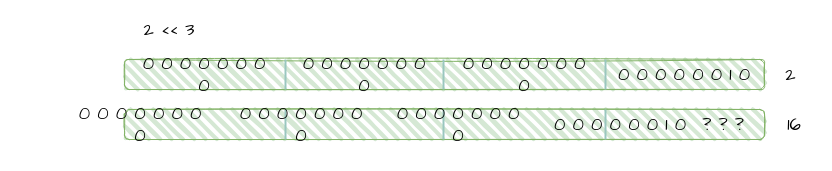
accidentlywoo/TIL keeps this draw.io diagram as JavaStudy-WhiteShip/bitoperator.drawio. Above is the earlier version. Source tidied: cells renumbered, new cells numbered last; positions are measured from the earlier drawing's top-left corner, leaving out a move shared by most shapes. Both pictures are drawn from the tidied source at 100%, with x=0, y=0 at pixel (70, 19).
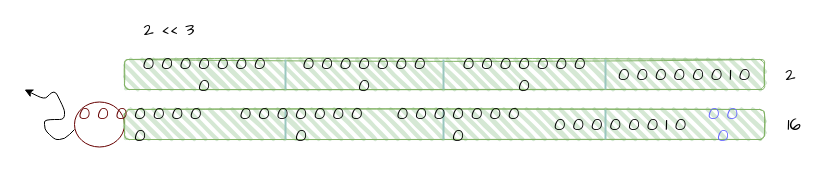
The same diagram, later.

The edit, as a diff of the source:
```diff
@@
+    <mxCell id="24" style="ellipse;whiteSpace=wrap;html=1;strokeWidth=1;strokeColor=#660000;" parent="1" vertex="1">
+      <mxGeometry x="4" y="82.5" width="50" height="45" as="geometry" />
+    </mxCell>
@@
     <mxCell id="13" style="group;" parent="1" vertex="1">
-      <mxGeometry x="54" y="90" width="640" height="30" as="geometry" />
+      <mxGeometry x="54" y="90" width="640" height="45" as="geometry" />
     </mxCell>
@@
-    <mxCell id="18" value="&lt;font style=&quot;font-size: 18px&quot; face=&quot;Comic Sans MS&quot;&gt;0 0 0 0 0 0 0 0&lt;/font&gt;" style="text;html=1;strokeColor=none;fillColor=none;align=center;verticalAlign=middle;whiteSpace=wrap;rounded=0;" parent="13" vertex="1">
+    <mxCell id="18" value="&lt;font style=&quot;font-size: 18px&quot; face=&quot;Comic Sans MS&quot;&gt;&lt;font color=&quot;#660000&quot;&gt;0 0 0&lt;/font&gt; 0 0 0 0 0&lt;/font&gt;" style="text;html=1;strokeColor=none;fillColor=none;align=center;verticalAlign=middle;whiteSpace=wrap;rounded=0;" parent="13" vertex="1">
       <mxGeometry x="-54" y="5" width="140" height="20" as="geometry" />
     </mxCell>
@@
-    <mxCell id="22" value="&lt;font style=&quot;font-size: 18px&quot; face=&quot;Comic Sans MS&quot;&gt;? ? ?&lt;/font&gt;" style="text;html=1;strokeColor=none;fillColor=none;align=center;verticalAlign=middle;whiteSpace=wrap;rounded=0;" parent="13" vertex="1">
+    <mxCell id="22" value="&lt;font style=&quot;font-size: 18px&quot; face=&quot;Comic Sans MS&quot; color=&quot;#6666ff&quot;&gt;0 0 0&lt;/font&gt;" style="text;html=1;strokeColor=none;fillColor=none;align=center;verticalAlign=middle;whiteSpace=wrap;rounded=0;" parent="13" vertex="1">
       <mxGeometry x="574" y="5" width="50" height="20" as="geometry" />
     </mxCell>
@@
+    <mxCell id="25" style="endArrow=classic;html=1;" parent="1" edge="1">
+      <mxGeometry relative="1" as="geometry">
+        <mxPoint x="4" y="110" as="sourcePoint" />
+        <mxPoint x="-46" y="70" as="targetPoint" />
+        <Array as="points">
+          <mxPoint x="-6" y="120" />
+          <mxPoint x="-16" y="120" />
+          <mxPoint x="-26" y="110" />
+          <mxPoint x="-26" y="100" />
+          <mxPoint x="-6" y="100" />
+          <mxPoint x="-6" y="90" />
+          <mxPoint x="-16" y="70" />
+          <mxPoint x="-26" y="80" />
+        </Array>
+      </mxGeometry>
+    </mxCell>
```
